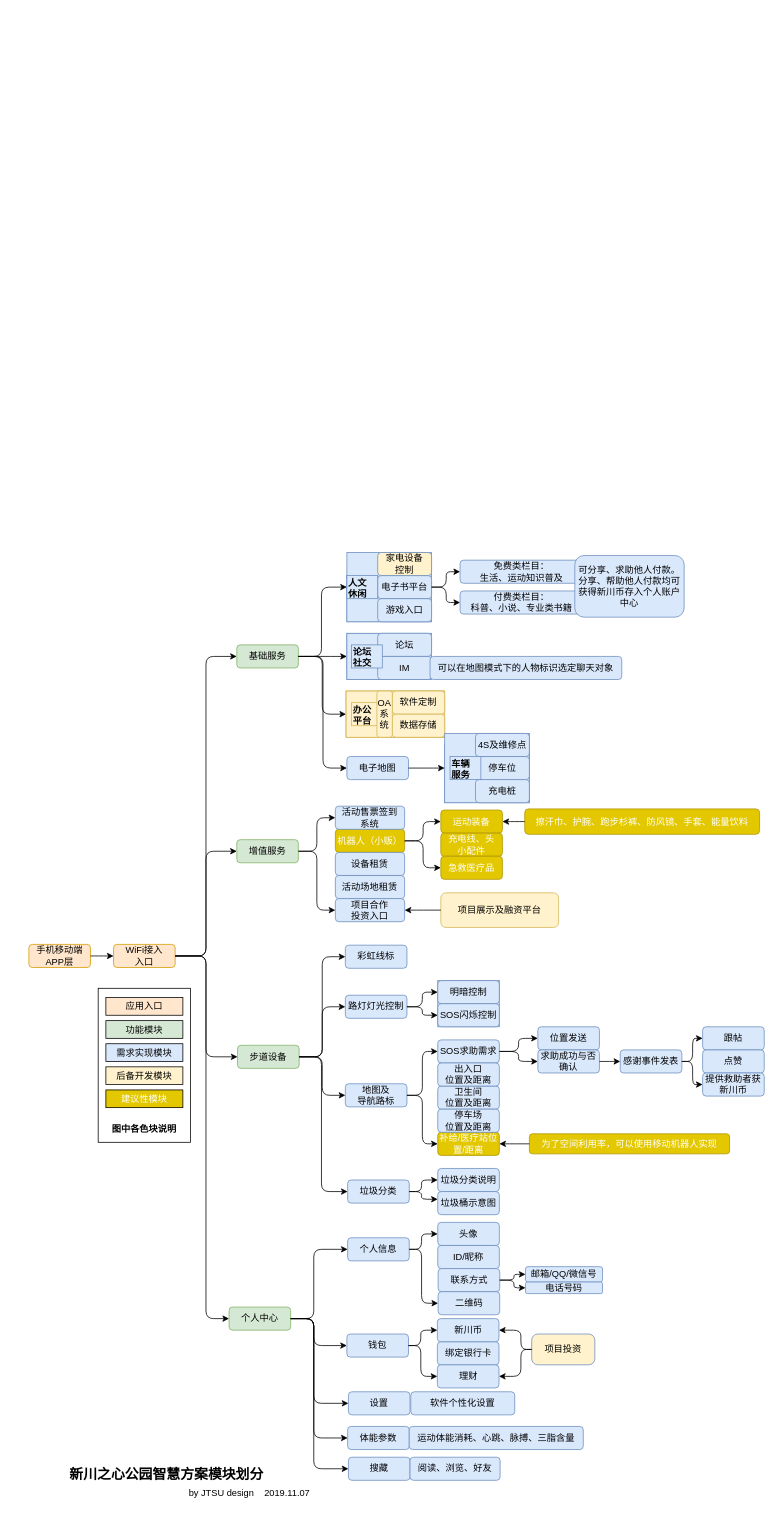
Earlier version of the draw.io diagram 智慧城市.drawio (UTOUUCENTER-CD/draw.io). Source tidied: cells renumbered, new cells numbered last; positions are measured from the earlier drawing's top-left corner, leaving out a move shared by most shapes. Both pictures are drawn from the tidied source at 77%, with x=0, y=0 at pixel (28, 552).
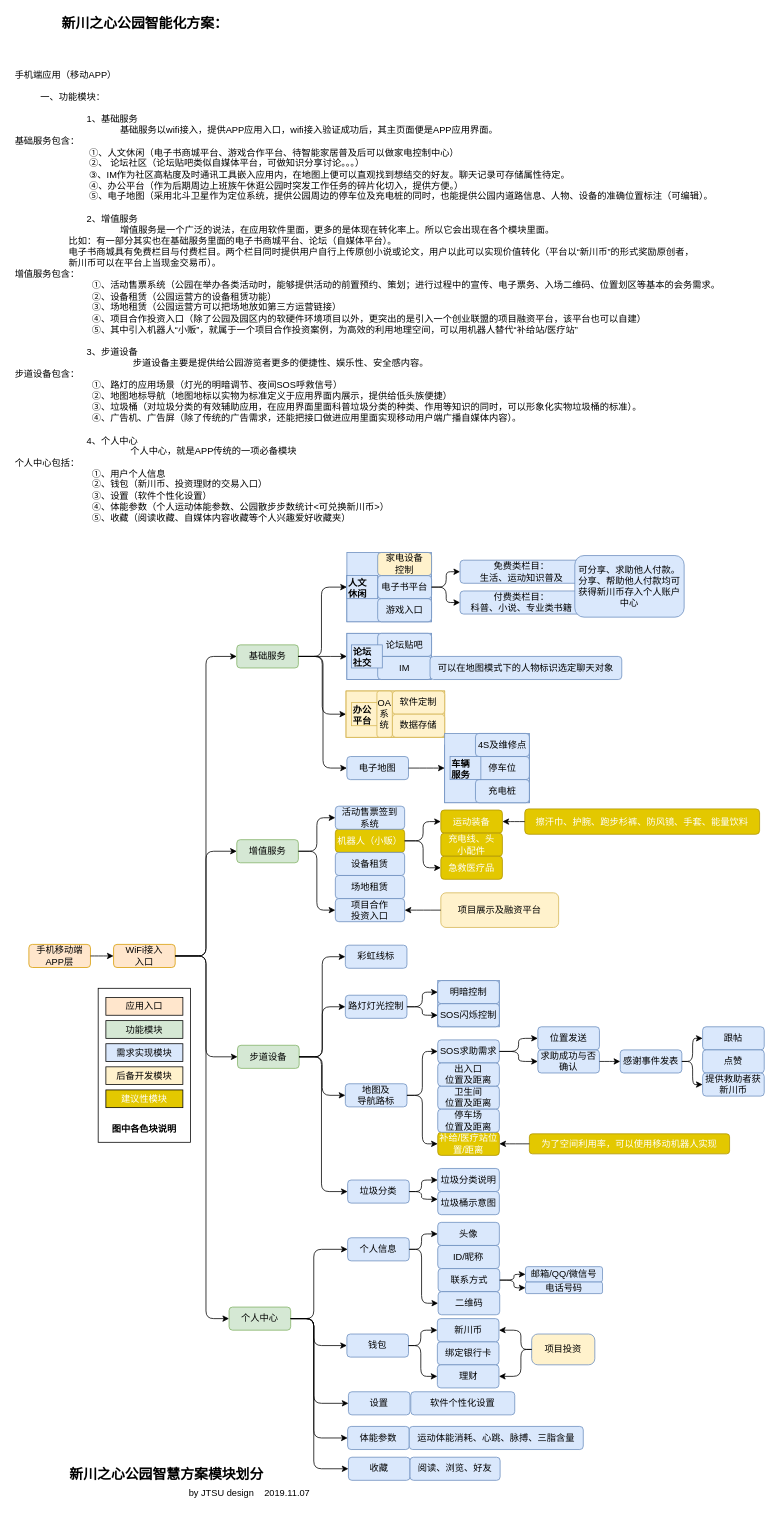
The same diagram, later.

Unchanged cells that the change refers to:
```xml
<mxCell id="67" style="group;fillColor=#dae8fc;strokeColor=#6c8ebf;" parent="1" vertex="1">
  <mxGeometry x="413" y="105" width="110" height="60" as="geometry" />
</mxCell>
```

Diff of the diagram source:
```diff
@@
-    <mxCell id="53" value="活动场地租赁" style="rounded=1;whiteSpace=wrap;html=1;fillColor=#DAE8FC;strokeColor=#6c8ebf;" parent="1" vertex="1">
+    <mxCell id="53" value="场地租赁" style="rounded=1;whiteSpace=wrap;html=1;fillColor=#DAE8FC;strokeColor=#6c8ebf;" parent="1" vertex="1">
       <mxGeometry x="398" y="419.5" width="90" height="30" as="geometry" />
     </mxCell>
@@
-    <mxCell id="69" value="论坛" style="rounded=1;whiteSpace=wrap;html=1;fillColor=#dae8fc;strokeColor=#6c8ebf;" parent="67" vertex="1">
+    <mxCell id="69" value="论坛贴吧" style="rounded=1;whiteSpace=wrap;html=1;fillColor=#dae8fc;strokeColor=#6c8ebf;" parent="67" vertex="1">
       <mxGeometry x="40" width="70" height="30" as="geometry" />
     </mxCell>
@@
-    <mxCell id="127" value="搜藏" style="rounded=1;whiteSpace=wrap;html=1;fillColor=#dae8fc;strokeColor=#6c8ebf;" parent="1" vertex="1">
+    <mxCell id="127" value="收藏" style="rounded=1;whiteSpace=wrap;html=1;fillColor=#dae8fc;strokeColor=#6c8ebf;" parent="1" vertex="1">
       <mxGeometry x="415" y="1175" width="80" height="30" as="geometry" />
     </mxCell>
@@
+    <mxCell id="143" value="&lt;b&gt;&lt;font style=&quot;font-size: 18px&quot;&gt;新川之心公园智能化方案：&lt;/font&gt;&lt;/b&gt;" style="text;html=1;align=left;verticalAlign=top;spacingTop=-4;" parent="1" vertex="1">
+      <mxGeometry x="41" y="-700" width="230" height="20" as="geometry" />
+    </mxCell>
+    <mxCell id="144" value="手机端应用（移动APP）&lt;br&gt;&lt;br&gt;&amp;nbsp; &amp;nbsp; &amp;nbsp; &amp;nbsp; &amp;nbsp; 一、功能模块：&lt;br&gt;&amp;nbsp; &amp;nbsp; &amp;nbsp; &amp;nbsp; &amp;nbsp; &amp;nbsp; &amp;nbsp; &amp;nbsp; &amp;nbsp; &amp;nbsp; &amp;nbsp; &amp;nbsp; &amp;nbsp; &amp;nbsp; &amp;nbsp;&lt;br&gt;&amp;nbsp; &amp;nbsp; &amp;nbsp; &amp;nbsp; &amp;nbsp; &amp;nbsp; &amp;nbsp; &amp;nbsp; &amp;nbsp; &amp;nbsp; &amp;nbsp; &amp;nbsp; &amp;nbsp; &amp;nbsp; 1、基础服务&lt;br&gt;&amp;nbsp; &amp;nbsp; &amp;nbsp; &amp;nbsp; &amp;nbsp; &amp;nbsp; &amp;nbsp; &amp;nbsp; &amp;nbsp; &amp;nbsp; &amp;nbsp; &amp;nbsp; &amp;nbsp; &amp;nbsp; &amp;nbsp; &amp;nbsp; &amp;nbsp; &amp;nbsp; &amp;nbsp; &amp;nbsp; &amp;nbsp;基础服务以wifi接入，提供APP应用入口，wifi接入验证成功后，其主页面便是APP应用界面。&lt;br&gt;基础服务包含：&lt;br&gt;&amp;nbsp; &amp;nbsp; &amp;nbsp; &amp;nbsp; &amp;nbsp; &amp;nbsp; &amp;nbsp; &amp;nbsp; &amp;nbsp; &amp;nbsp; &amp;nbsp; &amp;nbsp; &amp;nbsp; &amp;nbsp; &amp;nbsp;①、人文休闲（电子书商城平台、游戏合作平台、待智能家居普及后可以做家电控制中心）&lt;br&gt;&amp;nbsp; &amp;nbsp; &amp;nbsp; &amp;nbsp; &amp;nbsp; &amp;nbsp; &amp;nbsp; &amp;nbsp; &amp;nbsp; &amp;nbsp; &amp;nbsp; &amp;nbsp; &amp;nbsp; &amp;nbsp; &amp;nbsp;②、 论坛社区（论坛贴吧类似自媒体平台，可做知识分享讨论。。。）&lt;br&gt;&amp;nbsp; &amp;nbsp; &amp;nbsp; &amp;nbsp; &amp;nbsp; &amp;nbsp; &amp;nbsp; &amp;nbsp; &amp;nbsp; &amp;nbsp; &amp;nbsp; &amp;nbsp; &amp;nbsp; &amp;nbsp; &amp;nbsp;③、IM作为社区高粘度及时通讯工具嵌入应用内，在地图上便可以直观找到想结交的好友。聊天记录可存储属性待定。&lt;br&gt;&amp;nbsp; &amp;nbsp; &amp;nbsp; &amp;nbsp; &amp;nbsp; &amp;nbsp; &amp;nbsp; &amp;nbsp; &amp;nbsp; &amp;nbsp; &amp;nbsp; &amp;nbsp; &amp;nbsp; &amp;nbsp; &amp;nbsp;④、办公平台（作为后期周边上班族午休逛公园时突发工作任务的碎片化切入，提供方便。）&lt;br&gt;&amp;nbsp; &amp;nbsp; &amp;nbsp; &amp;nbsp; &amp;nbsp; &amp;nbsp; &amp;nbsp; &amp;nbsp; &amp;nbsp; &amp;nbsp; &amp;nbsp; &amp;nbsp; &amp;nbsp; &amp;nbsp; &amp;nbsp;⑤、电子地图（采用北斗卫星作为定位系统，提供公园周边的停车位及充电桩的同时，也能提供公园内道路信息、人物、设备的准确位置标注（可编辑）。&lt;br&gt;&amp;nbsp; &amp;nbsp; &amp;nbsp; &amp;nbsp; &amp;nbsp; &amp;nbsp; &amp;nbsp; &amp;nbsp; &amp;nbsp; &amp;nbsp; &amp;nbsp;&lt;br&gt;&amp;nbsp; &amp;nbsp; &amp;nbsp; &amp;nbsp; &amp;nbsp; &amp;nbsp; &amp;nbsp; &amp;nbsp; &amp;nbsp; &amp;nbsp; &amp;nbsp; &amp;nbsp; &amp;nbsp; &amp;nbsp; 2、增值服务&lt;br&gt;&amp;nbsp; &amp;nbsp; &amp;nbsp; &amp;nbsp; &amp;nbsp; &amp;nbsp; &amp;nbsp; &amp;nbsp; &amp;nbsp; &amp;nbsp; &amp;nbsp; &amp;nbsp; &amp;nbsp; &amp;nbsp; &amp;nbsp; &amp;nbsp; &amp;nbsp; &amp;nbsp; &amp;nbsp; &amp;nbsp; &amp;nbsp;增值服务是一个广泛的说法，在应用软件里面，更多的是体现在转化率上。所以它会出现在各个模块里面。&lt;br&gt;&amp;nbsp; &amp;nbsp; &amp;nbsp; &amp;nbsp; &amp;nbsp; &amp;nbsp; &amp;nbsp; &amp;nbsp; &amp;nbsp; &amp;nbsp; &amp;nbsp;比如：有一部分其实也在基础服务里面的电子书商城平台、论坛（自媒体平台）。&lt;br&gt;&amp;nbsp; &amp;nbsp; &amp;nbsp; &amp;nbsp; &amp;nbsp; &amp;nbsp; &amp;nbsp; &amp;nbsp; &amp;nbsp; &amp;nbsp; &amp;nbsp;电子书商城具有免费栏目与付费栏目。两个栏目同时提供用户自行上传原创小说或论文，用户以此可以实现价值转化（平台以“新川币”的形式奖励原创者，&lt;br&gt;&amp;nbsp; &amp;nbsp; &amp;nbsp; &amp;nbsp; &amp;nbsp; &amp;nbsp; &amp;nbsp; &amp;nbsp; &amp;nbsp; &amp;nbsp; &amp;nbsp;新川币可以在平台上当现金交易币）。&lt;br&gt;增值服务包含：&lt;br&gt;&amp;nbsp; &amp;nbsp; &amp;nbsp; &amp;nbsp; &amp;nbsp; &amp;nbsp; &amp;nbsp; &amp;nbsp; &amp;nbsp; &amp;nbsp; &amp;nbsp; &amp;nbsp; &amp;nbsp; &amp;nbsp; &amp;nbsp; ①、活动售票系统（公园在举办各类活动时，能够提供活动的前置预约、策划；进行过程中的宣传、电子票务、入场二维码、位置划区等基本的会务需求。&lt;br&gt;&amp;nbsp; &amp;nbsp; &amp;nbsp; &amp;nbsp; &amp;nbsp; &amp;nbsp; &amp;nbsp; &amp;nbsp; &amp;nbsp; &amp;nbsp; &amp;nbsp; &amp;nbsp; &amp;nbsp; &amp;nbsp; &amp;nbsp; ②、设备租赁（公园运营方的设备租赁功能）&lt;br&gt;&amp;nbsp; &amp;nbsp; &amp;nbsp; &amp;nbsp; &amp;nbsp; &amp;nbsp; &amp;nbsp; &amp;nbsp; &amp;nbsp; &amp;nbsp; &amp;nbsp; &amp;nbsp; &amp;nbsp; &amp;nbsp; &amp;nbsp; ③、场地租赁（公园运营方可以把场地放如第三方运营链接）&lt;br&gt;&amp;nbsp; &amp;nbsp; &amp;nbsp; &amp;nbsp; &amp;nbsp; &amp;nbsp; &amp;nbsp; &amp;nbsp; &amp;nbsp; &amp;nbsp; &amp;nbsp; &amp;nbsp; &amp;nbsp; &amp;nbsp; &amp;nbsp; ④、项目合作投资入口（除了公园及园区内的软硬件环境项目以外，更突出的是引入一个创业联盟的项目融资平台，该平台也可以自建）&lt;br&gt;&amp;nbsp; &amp;nbsp; &amp;nbsp; &amp;nbsp; &amp;nbsp; &amp;nbsp; &amp;nbsp; &amp;nbsp; &amp;nbsp; &amp;nbsp; &amp;nbsp; &amp;nbsp; &amp;nbsp; &amp;nbsp; &amp;nbsp; ⑤、其中引入机器人“小贩”，就属于一个项目合作投资案例，为高效的利用地理空间，可以用机器人替代“补给站/医疗站”&lt;br&gt;&lt;br&gt;&amp;nbsp; &amp;nbsp; &amp;nbsp; &amp;nbsp; &amp;nbsp; &amp;nbsp; &amp;nbsp; &amp;nbsp; &amp;nbsp; &amp;nbsp; &amp;nbsp; &amp;nbsp; &amp;nbsp; &amp;nbsp; 3、步道设备&lt;br&gt;&amp;nbsp; &amp;nbsp; &amp;nbsp; &amp;nbsp; &amp;nbsp; &amp;nbsp; &amp;nbsp; &amp;nbsp; &amp;nbsp; &amp;nbsp; &amp;nbsp; &amp;nbsp; &amp;nbsp; &amp;nbsp; &amp;nbsp; &amp;nbsp; &amp;nbsp; &amp;nbsp; &amp;nbsp; &amp;nbsp; &amp;nbsp; &amp;nbsp; &amp;nbsp; 步道设备主要是提供给公园游览者更多的便捷性、娱乐性、安全感内容。&lt;br&gt;步道设备包含：&lt;br&gt;&amp;nbsp; &amp;nbsp; &amp;nbsp; &amp;nbsp; &amp;nbsp; &amp;nbsp; &amp;nbsp; &amp;nbsp; &amp;nbsp; &amp;nbsp; &amp;nbsp; &amp;nbsp; &amp;nbsp; &amp;nbsp; &amp;nbsp; ①、路灯的应用场景（灯光的明暗调节、夜间SOS呼救信号）&lt;br&gt;&amp;nbsp; &amp;nbsp; &amp;nbsp; &amp;nbsp; &amp;nbsp; &amp;nbsp; &amp;nbsp; &amp;nbsp; &amp;nbsp; &amp;nbsp; &amp;nbsp; &amp;nbsp; &amp;nbsp; &amp;nbsp; &amp;nbsp; ②、地图地标导航（地图地标以实物为标准定义于应用界面内展示，提供给低头族便捷）&lt;br&gt;&amp;nbsp; &amp;nbsp; &amp;nbsp; &amp;nbsp; &amp;nbsp; &amp;nbsp; &amp;nbsp; &amp;nbsp; &amp;nbsp; &amp;nbsp; &amp;nbsp; &amp;nbsp; &amp;nbsp; &amp;nbsp; &amp;nbsp; ③、垃圾桶（对垃圾分类的有效辅助应用，在应用界面里面科普垃圾分类的种类、作用等知识的同时，可以形象化实物垃圾桶的标准）。&lt;br&gt;&amp;nbsp; &amp;nbsp; &amp;nbsp; &amp;nbsp; &amp;nbsp; &amp;nbsp; &amp;nbsp; &amp;nbsp; &amp;nbsp; &amp;nbsp; &amp;nbsp; &amp;nbsp; &amp;nbsp; &amp;nbsp; &amp;nbsp; ④、广告机、广告屏（除了传统的广告需求，还能把接口做进应用里面实现移动用户端广播自媒体内容）。&lt;br&gt;&lt;br&gt;&amp;nbsp; &amp;nbsp; &amp;nbsp; &amp;nbsp; &amp;nbsp; &amp;nbsp; &amp;nbsp; &amp;nbsp; &amp;nbsp; &amp;nbsp; &amp;nbsp; &amp;nbsp; &amp;nbsp; &amp;nbsp; 4、个人中心&lt;br&gt;&amp;nbsp; &amp;nbsp; &amp;nbsp; &amp;nbsp; &amp;nbsp; &amp;nbsp; &amp;nbsp; &amp;nbsp; &amp;nbsp; &amp;nbsp; &amp;nbsp; &amp;nbsp; &amp;nbsp; &amp;nbsp; &amp;nbsp; &amp;nbsp; &amp;nbsp; &amp;nbsp; &amp;nbsp; &amp;nbsp; &amp;nbsp; &amp;nbsp; &amp;nbsp;个人中心，就是APP传统的一项必备模块&lt;br&gt;个人中心包括：&lt;br&gt;&amp;nbsp; &amp;nbsp; &amp;nbsp; &amp;nbsp; &amp;nbsp; &amp;nbsp; &amp;nbsp; &amp;nbsp; &amp;nbsp; &amp;nbsp; &amp;nbsp; &amp;nbsp; &amp;nbsp; &amp;nbsp; &amp;nbsp; ①、用户个人信息&lt;br&gt;&amp;nbsp; &amp;nbsp; &amp;nbsp; &amp;nbsp; &amp;nbsp; &amp;nbsp; &amp;nbsp; &amp;nbsp; &amp;nbsp; &amp;nbsp; &amp;nbsp; &amp;nbsp; &amp;nbsp; &amp;nbsp; &amp;nbsp; ②、钱包（新川币、投资理财的交易入口）&lt;br&gt;&amp;nbsp; &amp;nbsp; &amp;nbsp; &amp;nbsp; &amp;nbsp; &amp;nbsp; &amp;nbsp; &amp;nbsp; &amp;nbsp; &amp;nbsp; &amp;nbsp; &amp;nbsp; &amp;nbsp; &amp;nbsp; &amp;nbsp; ③、设置（软件个性化设置）&lt;br&gt;&amp;nbsp; &amp;nbsp; &amp;nbsp; &amp;nbsp; &amp;nbsp; &amp;nbsp; &amp;nbsp; &amp;nbsp; &amp;nbsp; &amp;nbsp; &amp;nbsp; &amp;nbsp; &amp;nbsp; &amp;nbsp; &amp;nbsp; ④、体能参数（个人运动体能参数、公园散步步数统计&amp;lt;可兑换新川币&amp;gt;）&lt;br&gt;&amp;nbsp; &amp;nbsp; &amp;nbsp; &amp;nbsp; &amp;nbsp; &amp;nbsp; &amp;nbsp; &amp;nbsp; &amp;nbsp; &amp;nbsp; &amp;nbsp; &amp;nbsp; &amp;nbsp; &amp;nbsp; &amp;nbsp; ⑤、收藏（阅读收藏、自媒体内容收藏等个人兴趣爱好收藏夹）" style="text;html=1;align=left;verticalAlign=top;spacingTop=-4;" parent="1" vertex="1">
+      <mxGeometry x="-20" y="-630" width="910" height="580" as="geometry" />
+    </mxCell>
```
